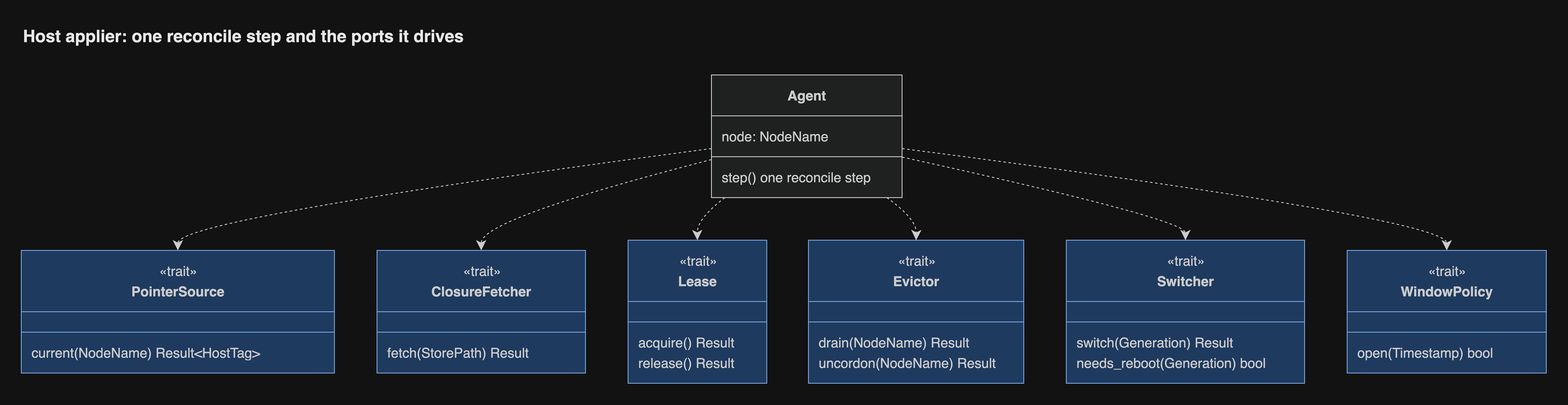
This is docs/diagrams/png/host-applier.png from JorisJonkers-dev/estate-kit, a draw.io export, as it was before one commit. Source tidied: cells renumbered, new cells last; positions are measured from the earlier drawing's top-left corner, leaving out a move shared by most shapes.
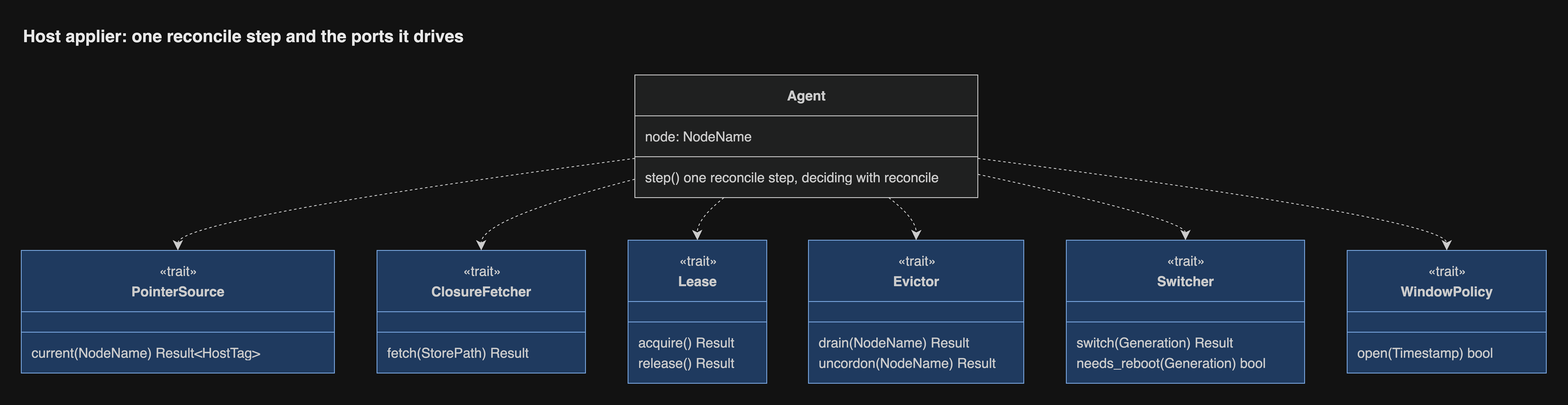
After the change.

What changed in the source:
```diff
@@ -3,16 +3,16 @@
     <mxCell id="0" />
     <mxCell id="1" parent="0" />
     <mxCell id="2" value="&lt;b&gt;Agent&lt;/b&gt;" style="swimlane;html=1;fontStyle=1;fontSize=16;align=center;verticalAlign=middle;horizontal=1;startSize=48;swimlaneFillColor=light-dark(#ECECFF,#1f2020);whiteSpace=wrap;fillColor=light-dark(#ECECFF,#1f2020);strokeColor=light-dark(#9370DB,#cccccc);fontColor=light-dark(#333333,#cccccc);fontFamily=Helvetica;" parent="1" vertex="1">
-      <mxGeometry x="811" y="64" width="224" height="144" as="geometry" />
+      <mxGeometry x="721" y="64" width="403" height="144" as="geometry" />
     </mxCell>
     <mxCell id="3" value="node: NodeName" style="text;fontSize=16;strokeColor=none;fillColor=none;align=left;verticalAlign=middle;spacingLeft=10;spacingRight=12;spacingBottom=2;overflow=hidden;fontColor=light-dark(#333333,#cccccc);fontFamily=Helvetica;" parent="2" vertex="1">
-      <mxGeometry y="60" width="224" height="24" as="geometry" />
+      <mxGeometry y="60" width="403" height="24" as="geometry" />
     </mxCell>
     <mxCell id="4" style="line;strokeWidth=1;fillColor=none;spacingLeft=3;spacingRight=3;strokeColor=inherit;fontFamily=Helvetica;" parent="2" vertex="1">
-      <mxGeometry y="84" width="224" height="24" as="geometry" />
+      <mxGeometry y="84" width="403" height="24" as="geometry" />
     </mxCell>
-    <mxCell id="5" value="step() one reconcile step" style="text;fontSize=16;strokeColor=none;fillColor=none;align=left;verticalAlign=middle;spacingLeft=10;spacingRight=12;spacingBottom=2;overflow=hidden;fontColor=light-dark(#333333,#cccccc);fontFamily=Helvetica;" parent="2" vertex="1">
-      <mxGeometry y="108" width="224" height="24" as="geometry" />
+    <mxCell id="5" value="step() one reconcile step, deciding with reconcile" style="text;fontSize=16;strokeColor=none;fillColor=none;align=left;verticalAlign=middle;spacingLeft=10;spacingRight=12;spacingBottom=2;overflow=hidden;fontColor=light-dark(#333333,#cccccc);fontFamily=Helvetica;" parent="2" vertex="1">
+      <mxGeometry y="108" width="403" height="24" as="geometry" />
     </mxCell>
     <mxCell id="6" value="&lt;b&gt;PointerSource&lt;/b&gt;" style="swimlane;html=1;fontStyle=1;fontSize=16;align=center;verticalAlign=middle;horizontal=1;startSize=72;swimlaneFillColor=light-dark(#dae8fc,#1f3a5f);whiteSpace=wrap;spacingTop=24;fillColor=light-dark(#dae8fc,#1f3a5f);strokeColor=light-dark(#6c8ebf,#7aa7e0);fontColor=light-dark(#333333,#cccccc);fontFamily=Helvetica;" parent="1" vertex="1">
       <mxGeometry y="270" width="368" height="144" as="geometry" />
@@ -95,42 +95,42 @@
     <mxCell id="32" value="open(Timestamp) bool" style="text;fontSize=16;strokeColor=none;fillColor=none;align=left;verticalAlign=middle;spacingLeft=10;spacingRight=12;spacingBottom=2;overflow=hidden;fontColor=light-dark(#333333,#cccccc);fontFamily=Helvetica;" parent="29" vertex="1">
       <mxGeometry y="108" width="234" height="24" as="geometry" />
     </mxCell>
-    <mxCell id="33" style="curved=1;dashed=1;startArrow=none;endArrow=classic;endSize=9;strokeColor=light-dark(#333333,#cccccc);exitX=0;exitY=0.6;entryX=0.5;entryY=0;fixDash=1;fontFamily=Helvetica;" parent="1" edge="1" source="2" target="6">
+    <mxCell id="33" style="curved=1;dashed=1;startArrow=none;endArrow=classic;endSize=9;strokeColor=light-dark(#333333,#cccccc);exitX=0;exitY=0.68;entryX=0.5;entryY=0;fixDash=1;fontFamily=Helvetica;" parent="1" edge="1" source="2" target="6">
       <mxGeometry relative="1" as="geometry">
         <Array as="points">
           <mxPoint x="184" y="233" />
         </Array>
       </mxGeometry>
     </mxCell>
-    <mxCell id="34" style="curved=1;dashed=1;startArrow=none;endArrow=classic;endSize=9;strokeColor=light-dark(#333333,#cccccc);exitX=0;exitY=0.69;entryX=0.5;entryY=0;fixDash=1;fontFamily=Helvetica;" parent="1" edge="1" source="2" target="10">
+    <mxCell id="34" style="curved=1;dashed=1;startArrow=none;endArrow=classic;endSize=9;strokeColor=light-dark(#333333,#cccccc);exitX=0;exitY=0.85;entryX=0.5;entryY=0;fixDash=1;fontFamily=Helvetica;" parent="1" edge="1" source="2" target="10">
       <mxGeometry relative="1" as="geometry">
         <Array as="points">
           <mxPoint x="540" y="233" />
         </Array>
       </mxGeometry>
     </mxCell>
-    <mxCell id="35" style="curved=1;dashed=1;startArrow=none;endArrow=classic;endSize=9;strokeColor=light-dark(#333333,#cccccc);exitX=0.07;exitY=1;entryX=0.5;entryY=0;fixDash=1;fontFamily=Helvetica;" parent="1" edge="1" source="2" target="14">
+    <mxCell id="35" style="curved=1;dashed=1;startArrow=none;endArrow=classic;endSize=9;strokeColor=light-dark(#333333,#cccccc);exitX=0.26;exitY=1;entryX=0.5;entryY=0;fixDash=1;fontFamily=Helvetica;" parent="1" edge="1" source="2" target="14">
       <mxGeometry relative="1" as="geometry">
         <Array as="points">
           <mxPoint x="794" y="233" />
         </Array>
       </mxGeometry>
     </mxCell>
-    <mxCell id="36" style="curved=1;dashed=1;startArrow=none;endArrow=classic;endSize=9;strokeColor=light-dark(#333333,#cccccc);exitX=0.92;exitY=1;entryX=0.5;entryY=0;fixDash=1;fontFamily=Helvetica;" parent="1" edge="1" source="2" target="19">
+    <mxCell id="36" style="curved=1;dashed=1;startArrow=none;endArrow=classic;endSize=9;strokeColor=light-dark(#333333,#cccccc);exitX=0.74;exitY=1;entryX=0.5;entryY=0;fixDash=1;fontFamily=Helvetica;" parent="1" edge="1" source="2" target="19">
       <mxGeometry relative="1" as="geometry">
         <Array as="points">
           <mxPoint x="1052" y="233" />
         </Array>
       </mxGeometry>
     </mxCell>
-    <mxCell id="37" style="curved=1;dashed=1;startArrow=none;endArrow=classic;endSize=9;strokeColor=light-dark(#333333,#cccccc);exitX=1;exitY=0.67;entryX=0.5;entryY=0;fixDash=1;fontFamily=Helvetica;" parent="1" edge="1" source="2" target="24">
+    <mxCell id="37" style="curved=1;dashed=1;startArrow=none;endArrow=classic;endSize=9;strokeColor=light-dark(#333333,#cccccc);exitX=1;exitY=0.81;entryX=0.5;entryY=0;fixDash=1;fontFamily=Helvetica;" parent="1" edge="1" source="2" target="24">
       <mxGeometry relative="1" as="geometry">
         <Array as="points">
           <mxPoint x="1368" y="233" />
         </Array>
       </mxGeometry>
     </mxCell>
-    <mxCell id="38" style="curved=1;dashed=1;startArrow=none;endArrow=classic;endSize=9;strokeColor=light-dark(#333333,#cccccc);exitX=1;exitY=0.6;entryX=0.5;entryY=0;fixDash=1;fontFamily=Helvetica;" parent="1" edge="1" source="2" target="29">
+    <mxCell id="38" style="curved=1;dashed=1;startArrow=none;endArrow=classic;endSize=9;strokeColor=light-dark(#333333,#cccccc);exitX=1;exitY=0.68;entryX=0.5;entryY=0;fixDash=1;fontFamily=Helvetica;" parent="1" edge="1" source="2" target="29">
       <mxGeometry relative="1" as="geometry">
         <Array as="points">
           <mxPoint x="1675" y="233" />
```
